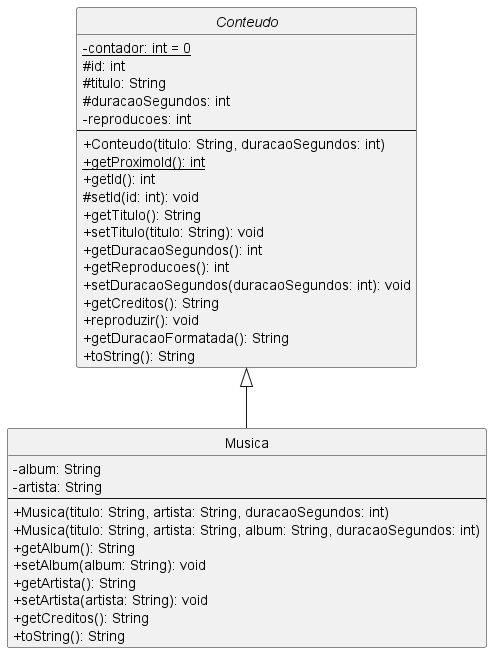
This is docs/models/Musica class.png from viictor-h-amaral/FaculBCC, a PlantUML export, as it was before one commit. Source of this version:
```plantuml
@startuml "Musica class"
skinparam classAttributeIconSize 0
hide circle

abstract class Conteudo {
  -{static} contador: int = 0
  #id: int
  #titulo: String
  #duracaoSegundos: int
  -reproducoes: int
  --
  +Conteudo(titulo: String, duracaoSegundos: int)
  +{static} getProximoId(): int
  +getId(): int
  #setId(id: int): void
  +getTitulo(): String
  +setTitulo(titulo: String): void
  +getDuracaoSegundos(): int
  +getReproducoes(): int
  +setDuracaoSegundos(duracaoSegundos: int): void
  +getCreditos(): String
  +reproduzir(): void
  +getDuracaoFormatada(): String
  +toString(): String
}

class Musica extends Conteudo {
  -album: String
  -artista: String
  --
  +Musica(titulo: String, artista: String, duracaoSegundos: int)
  +Musica(titulo: String, artista: String, album: String, duracaoSegundos: int)
  +getAlbum(): String
  +setAlbum(album: String): void
  +getArtista(): String
  +setArtista(artista: String): void
  +getCreditos(): String
  +toString(): String
}

@enduml
```
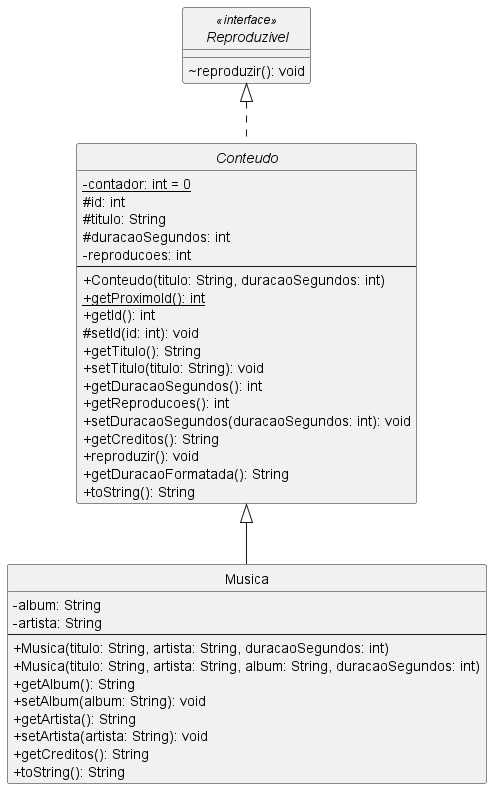
The same diagram one commit later.

What changed in the source:
```diff
@@ -2,7 +2,11 @@
 skinparam classAttributeIconSize 0
 hide circle
 
-abstract class Conteudo {
+interface Reproduzivel <<interface>> {
+  ~reproduzir(): void
+}
+
+abstract class Conteudo implements Reproduzivel {
   -{static} contador: int = 0
   #id: int
   #titulo: String
```
